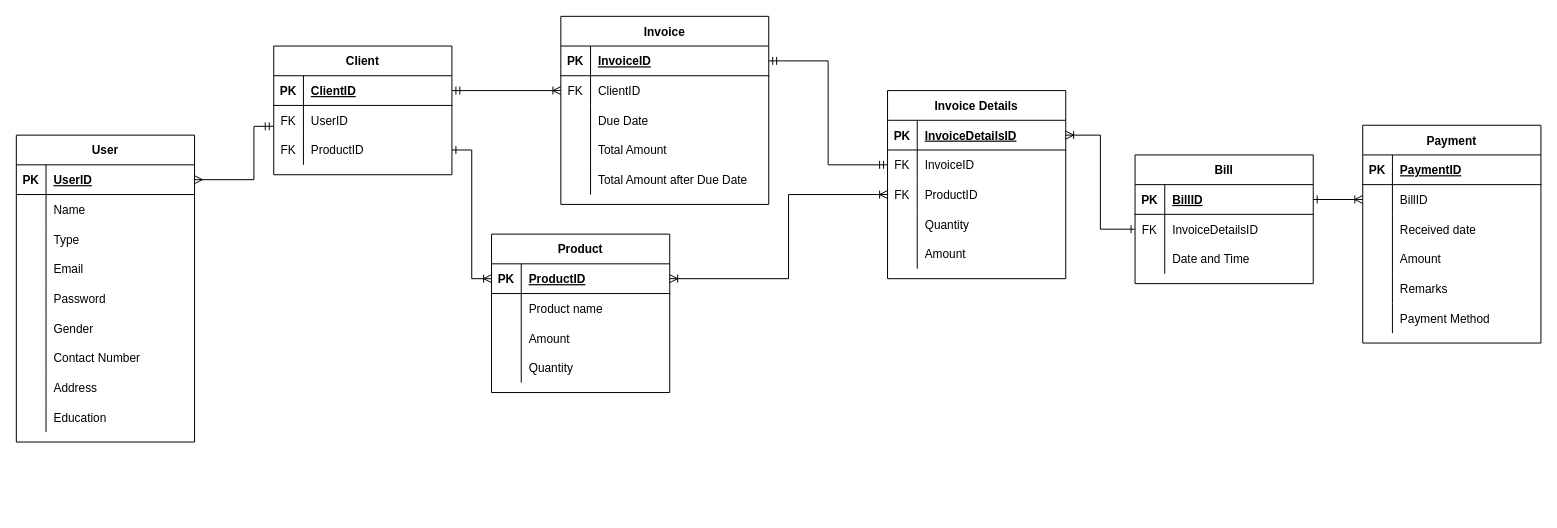
The draw.io diagram Evaluation.drawio in codeshieldt/invoice, before the edit. Source tidied: cells renumbered, new cells numbered last; positions are measured from the earlier drawing's top-left corner, leaving out a move shared by most shapes. Both pictures are drawn from the tidied source at 99%, with x=0, y=0 at pixel (16, 16).
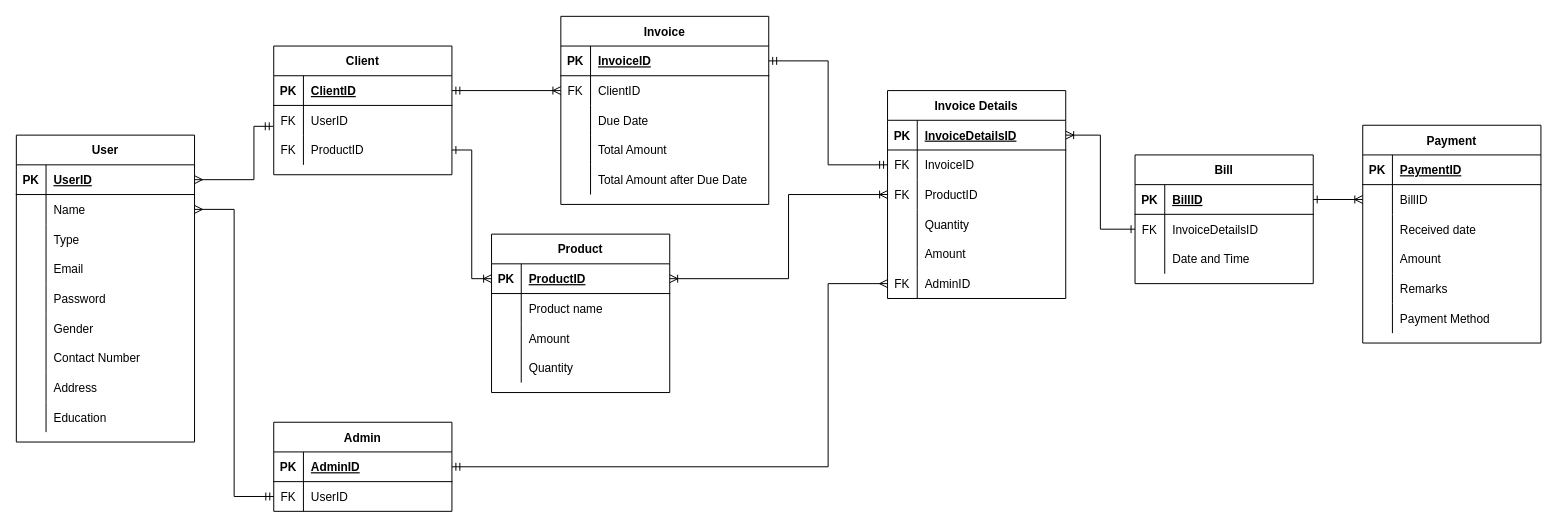
The same page after the edit.

Unchanged cells that the change refers to:
```xml
<mxCell id="64" style="shape=tableRow;horizontal=0;startSize=0;swimlaneHead=0;swimlaneBody=0;fillColor=none;points=[[0,0.5],[1,0.5]];portConstraint=eastwest;top=0;left=0;right=0;bottom=0;rounded=0;" parent="60" vertex="1">
  <mxGeometry y="60" width="180" height="30" as="geometry" />
</mxCell>
```

What changed in the source:
```diff
@@
     <mxCell id="88" value="Invoice Details" style="shape=table;startSize=30;childLayout=tableLayout;rowLines=0;fontStyle=1;align=center;" parent="1" vertex="1">
-      <mxGeometry x="880" y="75" width="180" height="190" as="geometry" />
+      <mxGeometry x="880" y="75" width="180" height="210" as="geometry" />
     </mxCell>
@@
+    <mxCell id="121" style="shape=tableRow;horizontal=0;startSize=0;swimlaneHead=0;swimlaneBody=0;fillColor=none;points=[[0,0.5],[1,0.5]];portConstraint=eastwest;top=0;left=0;right=0;bottom=0;" parent="88" vertex="1">
+      <mxGeometry y="180" width="180" height="30" as="geometry" />
+    </mxCell>
+    <mxCell id="122" value="FK" style="shape=partialRectangle;fillColor=none;top=0;left=0;bottom=0;right=0;overflow=hidden;" parent="121" vertex="1">
+      <mxGeometry width="30" height="30" as="geometry" />
+    </mxCell>
+    <mxCell id="123" value="AdminID" style="shape=partialRectangle;fillColor=none;top=0;left=0;bottom=0;right=0;align=left;spacingLeft=6;overflow=hidden;" parent="121" vertex="1">
+      <mxGeometry x="30" width="150" height="30" as="geometry" />
+    </mxCell>
@@
+    <mxCell id="124" value="Admin" style="shape=table;startSize=30;childLayout=tableLayout;rowLines=0;fontStyle=1;align=center;" parent="1" vertex="1">
+      <mxGeometry x="260" y="410" width="180" height="90" as="geometry" />
+    </mxCell>
+    <mxCell id="125" style="shape=tableRow;horizontal=0;startSize=0;swimlaneHead=0;swimlaneBody=0;fillColor=none;points=[[0,0.5],[1,0.5]];portConstraint=eastwest;top=0;left=0;right=0;bottom=1;" parent="124" vertex="1">
+      <mxGeometry y="30" width="180" height="30" as="geometry" />
+    </mxCell>
+    <mxCell id="126" value="PK" style="shape=partialRectangle;fillColor=none;top=0;left=0;bottom=0;right=0;fontStyle=1;overflow=hidden;" parent="125" vertex="1">
+      <mxGeometry width="30" height="30" as="geometry" />
+    </mxCell>
+    <mxCell id="127" value="AdminID" style="shape=partialRectangle;fillColor=none;top=0;left=0;bottom=0;right=0;align=left;spacingLeft=6;fontStyle=5;overflow=hidden;" parent="125" vertex="1">
+      <mxGeometry x="30" width="150" height="30" as="geometry" />
+    </mxCell>
+    <mxCell id="128" style="shape=tableRow;horizontal=0;startSize=0;swimlaneHead=0;swimlaneBody=0;fillColor=none;points=[[0,0.5],[1,0.5]];portConstraint=eastwest;top=0;left=0;right=0;bottom=0;" parent="124" vertex="1">
+      <mxGeometry y="60" width="180" height="30" as="geometry" />
+    </mxCell>
+    <mxCell id="129" value="FK" style="shape=partialRectangle;fillColor=none;top=0;left=0;bottom=0;right=0;overflow=hidden;" parent="128" vertex="1">
+      <mxGeometry width="30" height="30" as="geometry" />
+    </mxCell>
+    <mxCell id="130" value="UserID" style="shape=partialRectangle;fillColor=none;top=0;left=0;bottom=0;right=0;align=left;spacingLeft=6;overflow=hidden;" parent="128" vertex="1">
+      <mxGeometry x="30" width="150" height="30" as="geometry" />
+    </mxCell>
+    <mxCell id="131" style="edgeStyle=none;html=1;exitX=0;exitY=0.5;exitDx=0;exitDy=0;entryX=1;entryY=0.5;entryDx=0;entryDy=0;endArrow=ERmany;endFill=0;startArrow=ERmandOne;startFill=0;rounded=0;" parent="1" edge="1" source="128" target="64">
+      <mxGeometry relative="1" as="geometry">
+        <Array as="points">
+          <mxPoint x="220" y="485" />
+          <mxPoint x="220" y="195" />
+        </Array>
+      </mxGeometry>
+    </mxCell>
+    <mxCell id="132" style="edgeStyle=none;rounded=0;html=1;exitX=1;exitY=0.5;exitDx=0;exitDy=0;entryX=0;entryY=0.5;entryDx=0;entryDy=0;startArrow=ERmandOne;startFill=0;endArrow=ERmany;endFill=0;" parent="1" edge="1" source="125" target="121">
+      <mxGeometry relative="1" as="geometry">
+        <Array as="points">
+          <mxPoint x="820" y="455" />
+          <mxPoint x="820" y="330" />
+          <mxPoint x="820" y="270" />
+        </Array>
+      </mxGeometry>
+    </mxCell>
```
